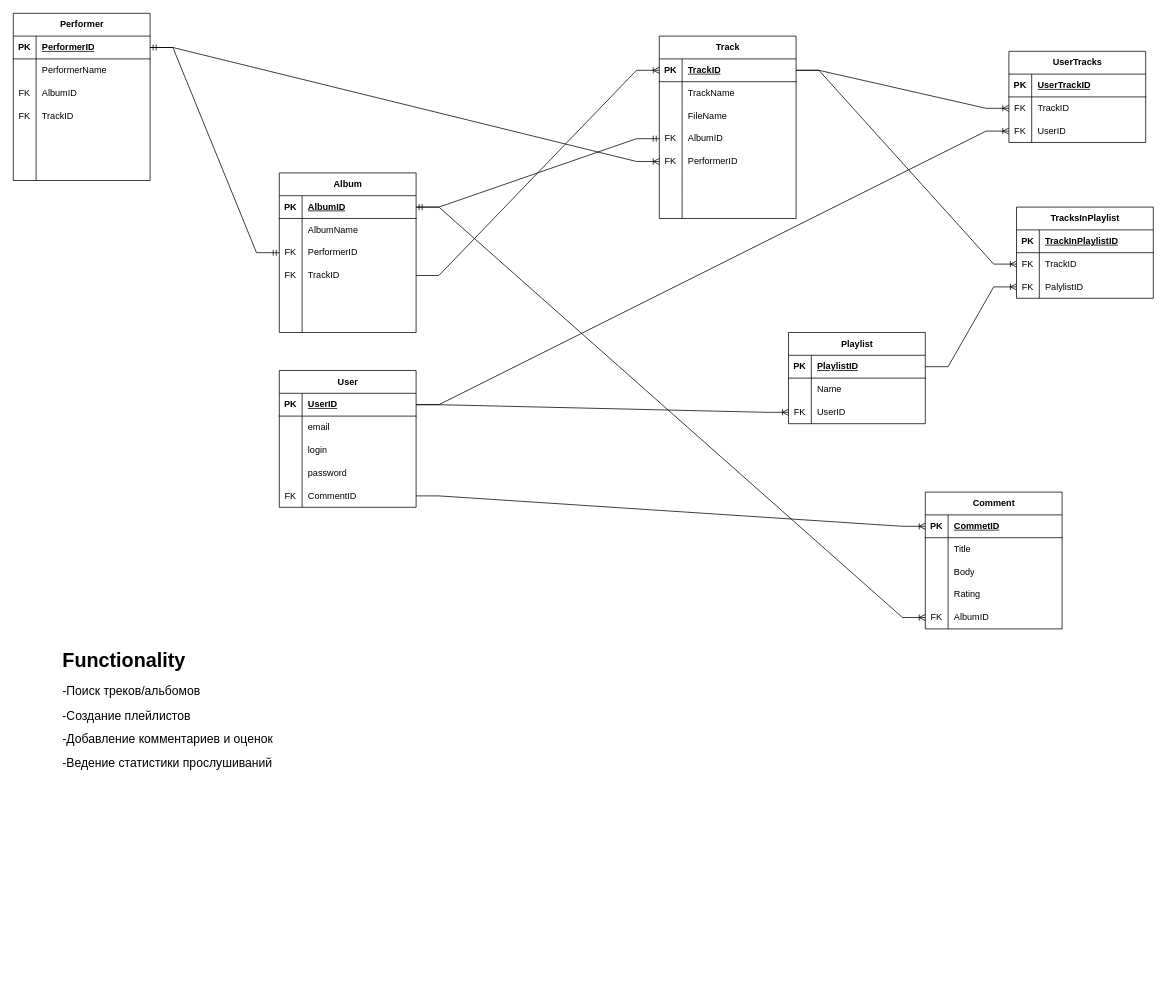
Earlier version of the draw.io diagram MusicPlayer.drawio (LLiirriiKK/MusicPlayer). Source tidied: cells renumbered, new cells numbered last; positions are measured from the earlier drawing's top-left corner, leaving out a move shared by most shapes. Both pictures are drawn from the tidied source at 76%, with x=0, y=0 at pixel (13, 13).
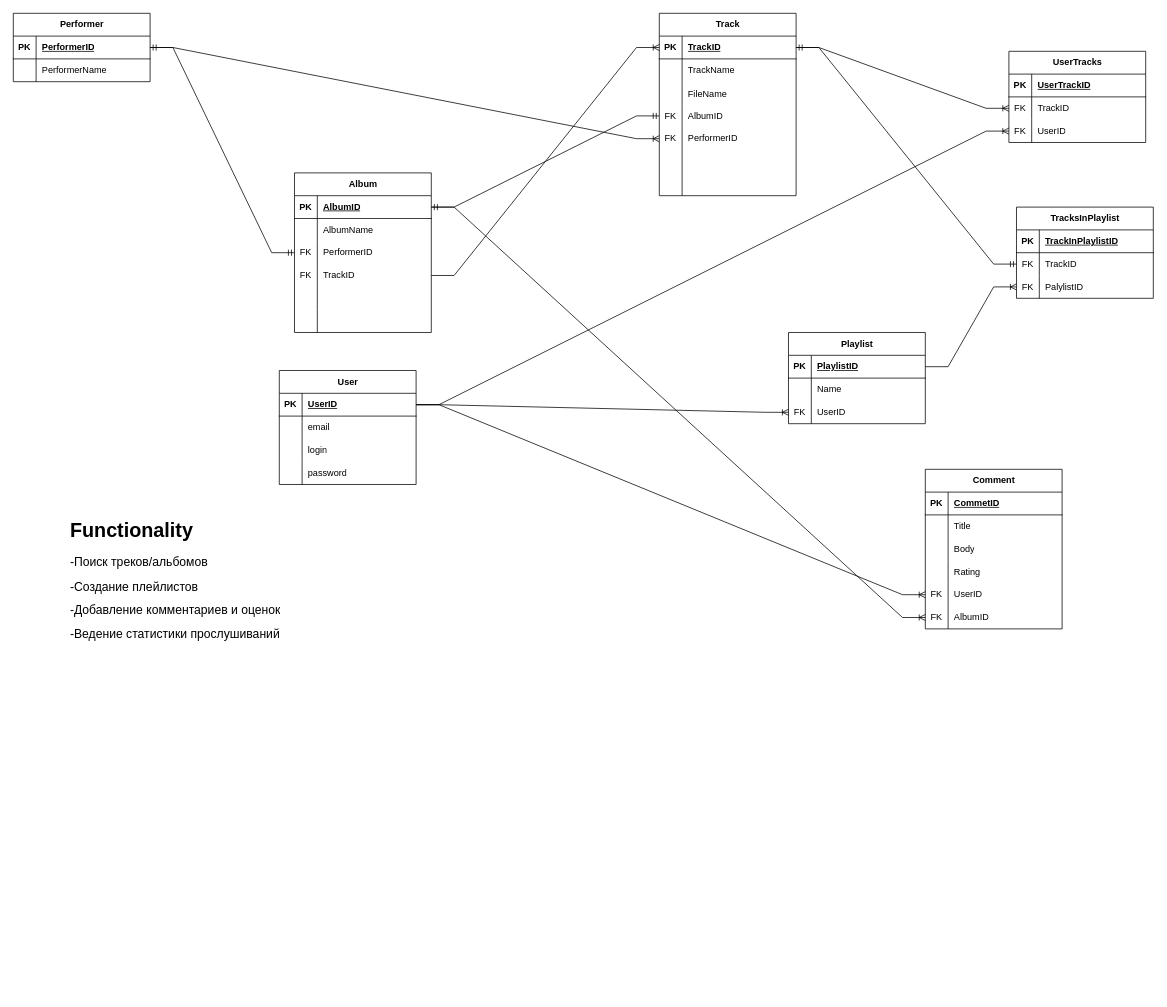
After the change.

Unchanged cells that the change refers to:
```xml
<mxCell id="3" style="shape=tableRow;horizontal=0;startSize=0;swimlaneHead=0;swimlaneBody=0;fillColor=none;points=[[0,0.5],[1,0.5]];portConstraint=eastwest;top=0;left=0;right=0;bottom=1;" parent="2" vertex="1">
  <mxGeometry y="30" width="180" height="30" as="geometry" />
</mxCell>
<mxCell id="57" style="shape=tableRow;horizontal=0;startSize=0;swimlaneHead=0;swimlaneBody=0;fillColor=none;points=[[0,0.5],[1,0.5]];portConstraint=eastwest;top=0;left=0;right=0;bottom=1;" parent="56" vertex="1">
  <mxGeometry y="30" width="180" height="30" as="geometry" />
</mxCell>
<mxCell id="79" style="shape=tableRow;horizontal=0;startSize=0;swimlaneHead=0;swimlaneBody=0;fillColor=none;points=[[0,0.5],[1,0.5]];portConstraint=eastwest;top=0;left=0;right=0;bottom=1;" parent="78" vertex="1">
  <mxGeometry y="30" width="180" height="30" as="geometry" />
</mxCell>
<mxCell id="102" style="shape=tableRow;horizontal=0;startSize=0;swimlaneHead=0;swimlaneBody=0;fillColor=none;points=[[0,0.5],[1,0.5]];portConstraint=eastwest;top=0;left=0;right=0;bottom=0;" parent="98" vertex="1">
  <mxGeometry y="60" width="180" height="30" as="geometry" />
</mxCell>
```

Change to the diagram source:
```diff
@@
     <mxCell id="2" value="User" style="shape=table;startSize=30;childLayout=tableLayout;rowLines=0;fontStyle=1;align=center;html=1;" parent="1" vertex="1">
-      <mxGeometry x="350" y="470" width="180" height="180" as="geometry" />
+      <mxGeometry x="350" y="470" width="180" height="150" as="geometry" />
     </mxCell>
@@
-    <mxCell id="15" style="shape=tableRow;horizontal=0;startSize=0;swimlaneHead=0;swimlaneBody=0;fillColor=none;points=[[0,0.5],[1,0.5]];portConstraint=eastwest;top=0;left=0;right=0;bottom=0;" parent="2" vertex="1">
-      <mxGeometry y="150" width="180" height="30" as="geometry" />
-    </mxCell>
-    <mxCell id="16" value="FK" style="shape=partialRectangle;fillColor=none;top=0;left=0;bottom=0;right=0;fontStyle=0;overflow=hidden;whiteSpace=wrap;html=1;" parent="15" vertex="1">
-      <mxGeometry width="30" height="30" as="geometry" />
-    </mxCell>
-    <mxCell id="17" value="CommentID" style="shape=partialRectangle;fillColor=none;top=0;left=0;bottom=0;right=0;align=left;spacingLeft=6;fontStyle=0;overflow=hidden;whiteSpace=wrap;html=1;" parent="15" vertex="1">
-      <mxGeometry x="30" width="150" height="30" as="geometry" />
-    </mxCell>
     <mxCell id="18" value="Performer" style="shape=table;startSize=30;childLayout=tableLayout;rowLines=0;fontStyle=1;align=center;html=1;" parent="1" vertex="1">
-      <mxGeometry width="180" height="220" as="geometry" />
+      <mxGeometry width="180" height="90" as="geometry" />
     </mxCell>
@@
-    <mxCell id="25" style="shape=tableRow;horizontal=0;startSize=0;swimlaneHead=0;swimlaneBody=0;fillColor=none;top=0;left=0;right=0;bottom=0;" parent="18" vertex="1">
-      <mxGeometry y="90" width="180" height="30" as="geometry" />
-    </mxCell>
-    <mxCell id="26" value="FK" style="shape=partialRectangle;fillColor=none;top=0;left=0;bottom=0;right=0;fontStyle=0;overflow=hidden;whiteSpace=wrap;html=1;" parent="25" vertex="1">
-      <mxGeometry width="30" height="30" as="geometry" />
-    </mxCell>
-    <mxCell id="27" value="AlbumID" style="shape=partialRectangle;fillColor=none;top=0;left=0;bottom=0;right=0;align=left;spacingLeft=6;fontStyle=0;overflow=hidden;whiteSpace=wrap;html=1;" parent="25" vertex="1">
-      <mxGeometry x="30" width="150" height="30" as="geometry" />
-    </mxCell>
-    <mxCell id="28" style="shape=tableRow;horizontal=0;startSize=0;swimlaneHead=0;swimlaneBody=0;fillColor=none;top=0;left=0;right=0;bottom=0;" parent="18" vertex="1">
-      <mxGeometry y="120" width="180" height="30" as="geometry" />
-    </mxCell>
-    <mxCell id="29" value="FK" style="shape=partialRectangle;fillColor=none;top=0;left=0;bottom=0;right=0;fontStyle=0;overflow=hidden;whiteSpace=wrap;html=1;" parent="28" vertex="1">
-      <mxGeometry width="30" height="30" as="geometry" />
-    </mxCell>
-    <mxCell id="30" value="TrackID" style="shape=partialRectangle;fillColor=none;top=0;left=0;bottom=0;right=0;align=left;spacingLeft=6;fontStyle=0;overflow=hidden;whiteSpace=wrap;html=1;" parent="28" vertex="1">
-      <mxGeometry x="30" width="150" height="30" as="geometry" />
-    </mxCell>
-    <mxCell id="31" style="shape=tableRow;horizontal=0;startSize=0;swimlaneHead=0;swimlaneBody=0;fillColor=none;top=0;left=0;right=0;bottom=0;" parent="18" vertex="1">
-      <mxGeometry y="150" width="180" height="40" as="geometry" />
-    </mxCell>
-    <mxCell id="32" style="shape=partialRectangle;fillColor=none;top=0;left=0;bottom=0;right=0;overflow=hidden;whiteSpace=wrap;html=1;" parent="31" vertex="1">
-      <mxGeometry width="30" height="40" as="geometry" />
-    </mxCell>
-    <mxCell id="33" style="shape=partialRectangle;fillColor=none;top=0;left=0;bottom=0;right=0;align=left;spacingLeft=6;overflow=hidden;whiteSpace=wrap;html=1;" parent="31" vertex="1">
-      <mxGeometry x="30" width="150" height="40" as="geometry" />
-    </mxCell>
-    <mxCell id="34" style="shape=tableRow;horizontal=0;startSize=0;swimlaneHead=0;swimlaneBody=0;fillColor=none;top=0;left=0;right=0;bottom=0;" parent="18" vertex="1">
-      <mxGeometry y="190" width="180" height="30" as="geometry" />
-    </mxCell>
-    <mxCell id="35" style="shape=partialRectangle;fillColor=none;top=0;left=0;bottom=0;right=0;overflow=hidden;whiteSpace=wrap;html=1;" parent="34" vertex="1">
-      <mxGeometry width="30" height="30" as="geometry" />
-    </mxCell>
-    <mxCell id="36" style="shape=partialRectangle;fillColor=none;top=0;left=0;bottom=0;right=0;align=left;spacingLeft=6;overflow=hidden;whiteSpace=wrap;html=1;" parent="34" vertex="1">
-      <mxGeometry x="30" width="150" height="30" as="geometry" />
-    </mxCell>
     <mxCell id="37" value="Album" style="shape=table;startSize=30;childLayout=tableLayout;rowLines=0;fontStyle=1;align=center;html=1;" parent="1" vertex="1">
-      <mxGeometry x="350" y="210" width="180" height="210" as="geometry" />
+      <mxGeometry x="370" y="210" width="180" height="210" as="geometry" />
     </mxCell>
@@
     <mxCell id="56" value="Track" style="shape=table;startSize=30;childLayout=tableLayout;rowLines=0;fontStyle=1;align=center;html=1;" parent="1" vertex="1">
-      <mxGeometry x="850" y="30" width="180" height="240" as="geometry" />
+      <mxGeometry x="850" width="180" height="240" as="geometry" />
     </mxCell>
@@
     <mxCell id="78" value="Comment" style="shape=table;startSize=30;childLayout=tableLayout;rowLines=0;fontStyle=1;align=center;html=1;" parent="1" vertex="1">
-      <mxGeometry x="1200" y="630" width="180" height="180" as="geometry" />
+      <mxGeometry x="1200" y="600" width="180" height="210" as="geometry" />
     </mxCell>
@@
+    <mxCell id="15" style="shape=tableRow;horizontal=0;startSize=0;swimlaneHead=0;swimlaneBody=0;fillColor=none;points=[[0,0.5],[1,0.5]];portConstraint=eastwest;top=0;left=0;right=0;bottom=0;" parent="78" vertex="1">
+      <mxGeometry y="150" width="180" height="30" as="geometry" />
+    </mxCell>
+    <mxCell id="136" value="FK" style="shape=partialRectangle;fillColor=none;top=0;left=0;bottom=0;right=0;fontStyle=0;overflow=hidden;whiteSpace=wrap;html=1;" parent="15" vertex="1">
+      <mxGeometry width="30" height="30" as="geometry" />
+    </mxCell>
+    <mxCell id="137" value="UserID" style="shape=partialRectangle;fillColor=none;top=0;left=0;bottom=0;right=0;align=left;spacingLeft=6;fontStyle=0;overflow=hidden;whiteSpace=wrap;html=1;" parent="15" vertex="1">
+      <mxGeometry x="30" width="150" height="30" as="geometry" />
+    </mxCell>
     <mxCell id="91" style="shape=tableRow;horizontal=0;startSize=0;swimlaneHead=0;swimlaneBody=0;fillColor=none;points=[[0,0.5],[1,0.5]];portConstraint=eastwest;top=0;left=0;right=0;bottom=0;" parent="78" vertex="1">
-      <mxGeometry y="150" width="180" height="30" as="geometry" />
+      <mxGeometry y="180" width="180" height="30" as="geometry" />
     </mxCell>
@@
-    <mxCell id="118" style="edgeStyle=entityRelationEdgeStyle;fontSize=12;html=1;endArrow=ERoneToMany;rounded=0;entryX=0;entryY=0.5;entryDx=0;entryDy=0;" parent="1" edge="1" source="15" target="79">
-      <mxGeometry relative="1" as="geometry" />
-    </mxCell>
@@
-    <mxCell id="133" style="edgeStyle=entityRelationEdgeStyle;fontSize=12;html=1;endArrow=ERoneToMany;rounded=0;entryX=0;entryY=0.5;entryDx=0;entryDy=0;" parent="1" edge="1" source="57" target="102">
-      <mxGeometry relative="1" as="geometry" />
-    </mxCell>
@@
     <mxCell id="135" value="&lt;h1&gt;&lt;font style=&quot;font-size: 26px;&quot;&gt;Functionality&lt;/font&gt;&lt;/h1&gt;&lt;p&gt;&lt;font style=&quot;font-size: 16px;&quot;&gt;-Поиск треков/альбомов&lt;/font&gt;&lt;/p&gt;&lt;p&gt;&lt;font style=&quot;font-size: 16px;&quot;&gt;-Создание плейлистов&lt;/font&gt;&lt;/p&gt;&lt;p&gt;&lt;font style=&quot;font-size: 16px;&quot;&gt;-Добавление комментариев и оценок&lt;/font&gt;&lt;/p&gt;&lt;p&gt;&lt;font style=&quot;font-size: 16px;&quot;&gt;-Ведение статистики прослушиваний&lt;/font&gt;&lt;/p&gt;" style="text;html=1;strokeColor=none;fillColor=none;spacing=5;spacingTop=-20;whiteSpace=wrap;overflow=hidden;rounded=0;" parent="1" vertex="1">
-      <mxGeometry x="60" y="830" width="670" height="460" as="geometry" />
+      <mxGeometry x="70" y="660" width="670" height="350" as="geometry" />
     </mxCell>
+    <mxCell id="138" style="edgeStyle=entityRelationEdgeStyle;fontSize=12;html=1;endArrow=ERoneToMany;rounded=0;exitX=1;exitY=0.5;exitDx=0;exitDy=0;entryX=0;entryY=0.5;entryDx=0;entryDy=0;" parent="1" edge="1" source="3" target="15">
+      <mxGeometry relative="1" as="geometry" />
+    </mxCell>
+    <mxCell id="133" style="edgeStyle=entityRelationEdgeStyle;fontSize=12;html=1;endArrow=ERmandOne;startArrow=ERmandOne;rounded=0;exitX=1;exitY=0.5;exitDx=0;exitDy=0;entryX=0;entryY=0.5;entryDx=0;entryDy=0;" parent="1" edge="1" source="57" target="102">
+      <mxGeometry relative="1" as="geometry" />
+    </mxCell>
```
